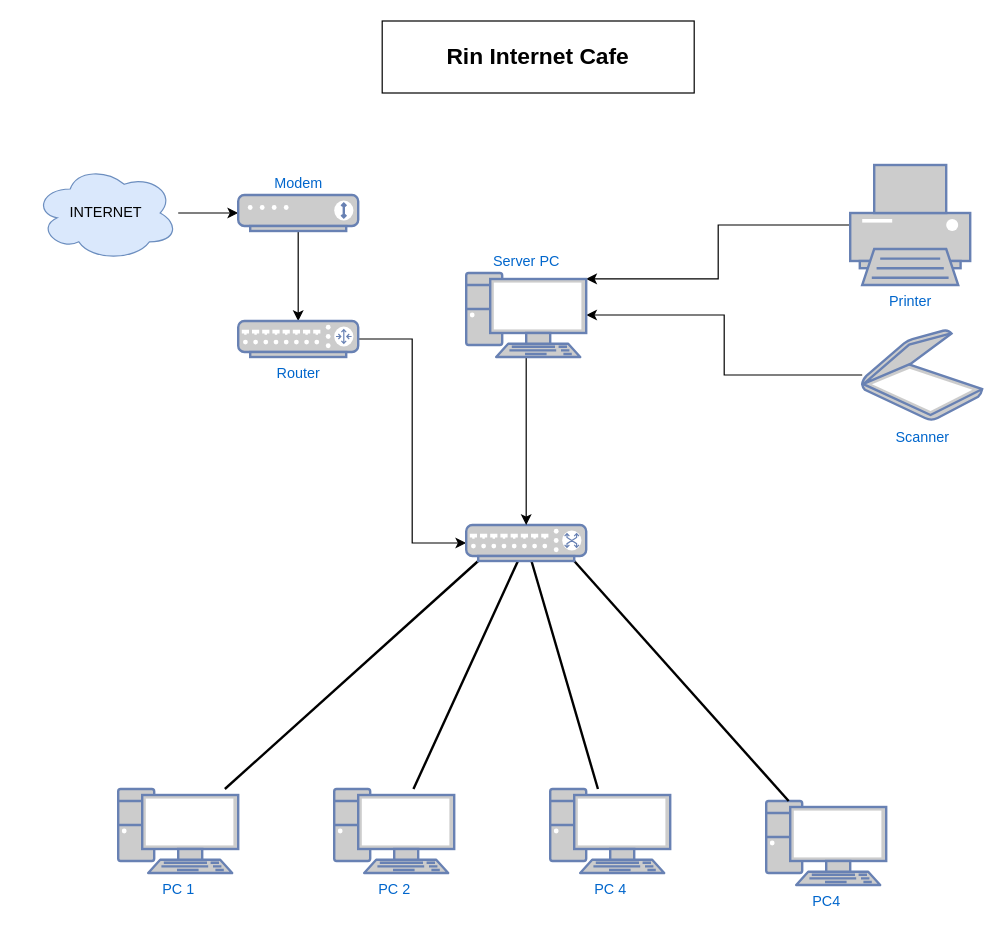
Above: Untitled Diagram.drawio in Rinkashine/Navigation (draw.io), before the change. Source tidied: cells renumbered, new cells numbered last; positions are measured from the earlier drawing's top-left corner, leaving out a move shared by most shapes. Both pictures are drawn from the tidied source at 120%, with x=0, y=0 at pixel (34, 20).
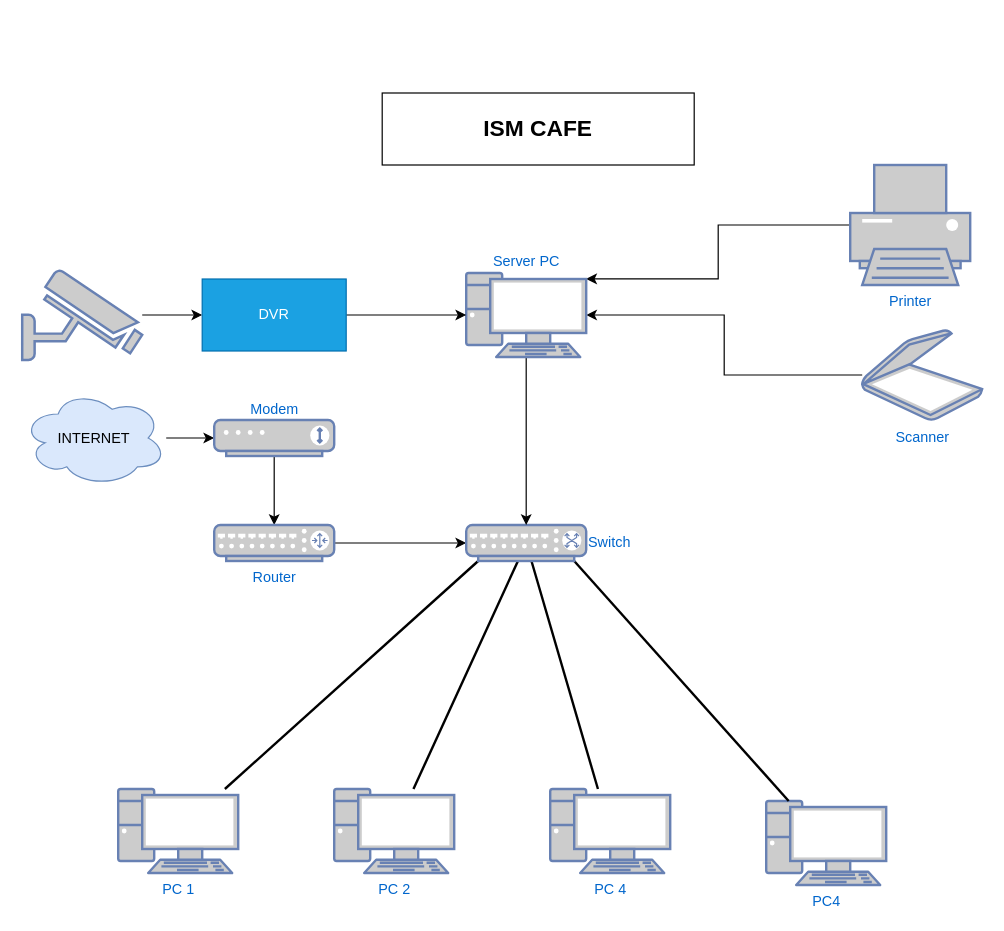
The same diagram, later.

The change refers to these unchanged cells:
```xml
<mxCell id="24" value="Server PC" style="fontColor=#0066CC;verticalAlign=bottom;verticalLabelPosition=top;labelPosition=center;align=center;html=1;outlineConnect=0;fillColor=#CCCCCC;strokeColor=#6881B3;gradientColor=none;gradientDirection=north;strokeWidth=2;shape=mxgraph.networks.pc;" parent="1" vertex="1">
  <mxGeometry x="360" y="210" width="100" height="70" as="geometry" />
</mxCell>
```

Change to the diagram source:
```diff
@@
-    <mxCell id="10" value="Rin Internet Cafe" style="rounded=0;whiteSpace=wrap;html=1;fontColor=#000000;fontSize=19;fontStyle=1;" parent="1" vertex="1">
-      <mxGeometry x="290" width="260" height="60" as="geometry" />
+    <mxCell id="10" value="ISM CAFE" style="rounded=0;whiteSpace=wrap;html=1;fontColor=#000000;fontSize=19;fontStyle=1;" parent="1" vertex="1">
+      <mxGeometry x="290" y="60" width="260" height="60" as="geometry" />
     </mxCell>
@@
     <mxCell id="12" value="INTERNET" style="ellipse;shape=cloud;whiteSpace=wrap;html=1;fillColor=#dae8fc;strokeColor=#6c8ebf;" parent="1" vertex="1">
-      <mxGeometry y="120" width="120" height="80" as="geometry" />
+      <mxGeometry x="-10" y="307.5" width="120" height="80" as="geometry" />
     </mxCell>
@@
     <mxCell id="14" value="Modem" style="fontColor=#0066CC;verticalAlign=bottom;verticalLabelPosition=top;labelPosition=center;align=center;html=1;outlineConnect=0;fillColor=#CCCCCC;strokeColor=#6881B3;gradientColor=none;gradientDirection=north;strokeWidth=2;shape=mxgraph.networks.modem;" parent="1" vertex="1">
-      <mxGeometry x="170" y="145" width="100" height="30" as="geometry" />
+      <mxGeometry x="150" y="332.5" width="100" height="30" as="geometry" />
     </mxCell>
@@
     <mxCell id="16" value="Router" style="fontColor=#0066CC;verticalAlign=top;verticalLabelPosition=bottom;labelPosition=center;align=center;html=1;outlineConnect=0;fillColor=#CCCCCC;strokeColor=#6881B3;gradientColor=none;gradientDirection=north;strokeWidth=2;shape=mxgraph.networks.router;" parent="1" vertex="1">
-      <mxGeometry x="170" y="250" width="100" height="30" as="geometry" />
+      <mxGeometry x="150" y="420" width="100" height="30" as="geometry" />
     </mxCell>
-    <mxCell id="17" style="fontColor=#0066CC;verticalAlign=top;verticalLabelPosition=bottom;labelPosition=center;align=center;html=1;outlineConnect=0;fillColor=#CCCCCC;strokeColor=#6881B3;gradientColor=none;gradientDirection=north;strokeWidth=2;shape=mxgraph.networks.switch;" parent="1" vertex="1">
+    <mxCell id="17" value="Switch" style="fontColor=#0066CC;verticalAlign=middle;verticalLabelPosition=middle;labelPosition=right;align=left;html=1;outlineConnect=0;fillColor=#CCCCCC;strokeColor=#6881B3;gradientColor=none;gradientDirection=north;strokeWidth=2;shape=mxgraph.networks.switch;" parent="1" vertex="1">
       <mxGeometry x="360" y="420" width="100" height="30" as="geometry" />
     </mxCell>
@@
+    <mxCell id="25" style="edgeStyle=orthogonalEdgeStyle;rounded=0;jettySize=auto;html=1;fontColor=#000000;" parent="1" edge="1" source="26" target="28">
+      <mxGeometry relative="1" as="geometry" />
+    </mxCell>
+    <mxCell id="26" style="fontColor=#0066CC;verticalAlign=top;verticalLabelPosition=bottom;labelPosition=center;align=center;html=1;outlineConnect=0;fillColor=#CCCCCC;strokeColor=#6881B3;gradientColor=none;gradientDirection=north;strokeWidth=2;shape=mxgraph.networks.security_camera;" parent="1" vertex="1">
+      <mxGeometry x="-10" y="207.5" width="100" height="75" as="geometry" />
+    </mxCell>
+    <mxCell id="27" style="edgeStyle=orthogonalEdgeStyle;rounded=0;jettySize=auto;html=1;entryX=0;entryY=0.5;entryDx=0;entryDy=0;entryPerimeter=0;fontColor=#000000;" parent="1" edge="1" source="28" target="24">
+      <mxGeometry relative="1" as="geometry" />
+    </mxCell>
+    <mxCell id="28" value="DVR" style="rounded=0;whiteSpace=wrap;html=1;fontColor=#ffffff;fillColor=#1ba1e2;strokeColor=#006EAF;" parent="1" vertex="1">
+      <mxGeometry x="140" y="215" width="120" height="60" as="geometry" />
+    </mxCell>
```
